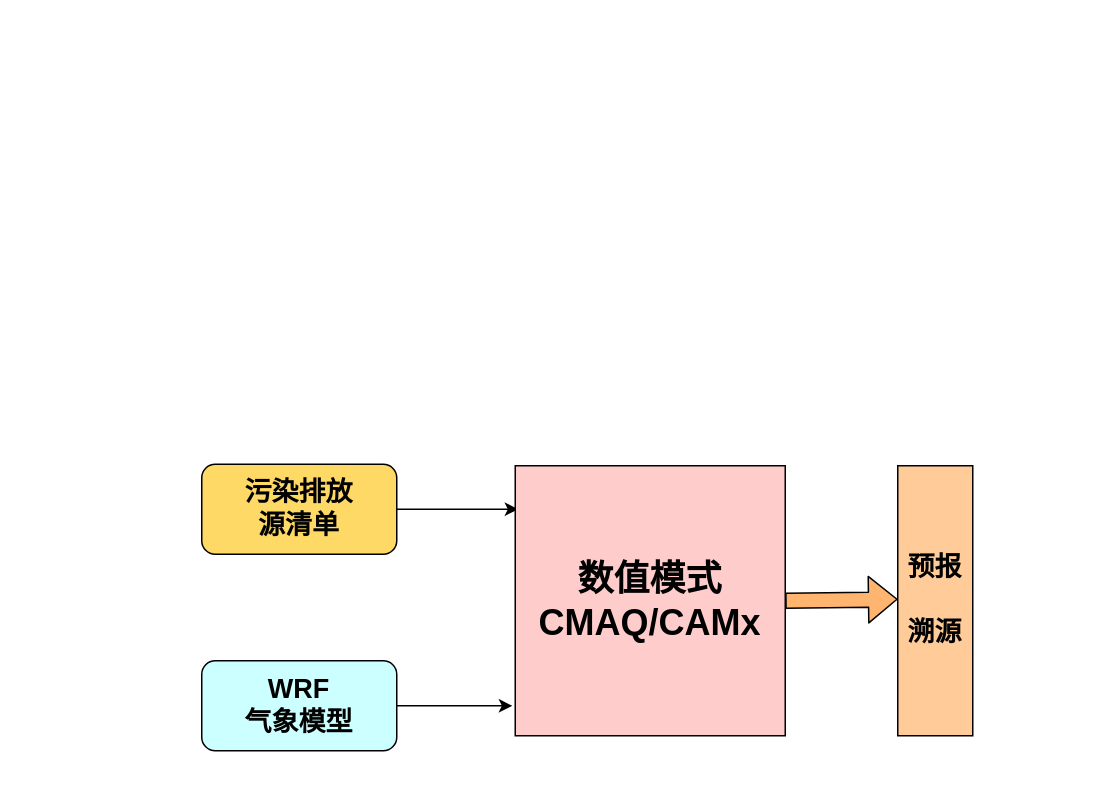
WienWong/Misc keeps this draw.io diagram as 源清单与数值模式.drawio. Above is the earlier version. Source tidied: cells renumbered, new cells numbered last; positions are measured from the earlier drawing's top-left corner, leaving out a move shared by most shapes. Both pictures are drawn from the tidied source at 150%, with x=0, y=0 at pixel (201, 464).
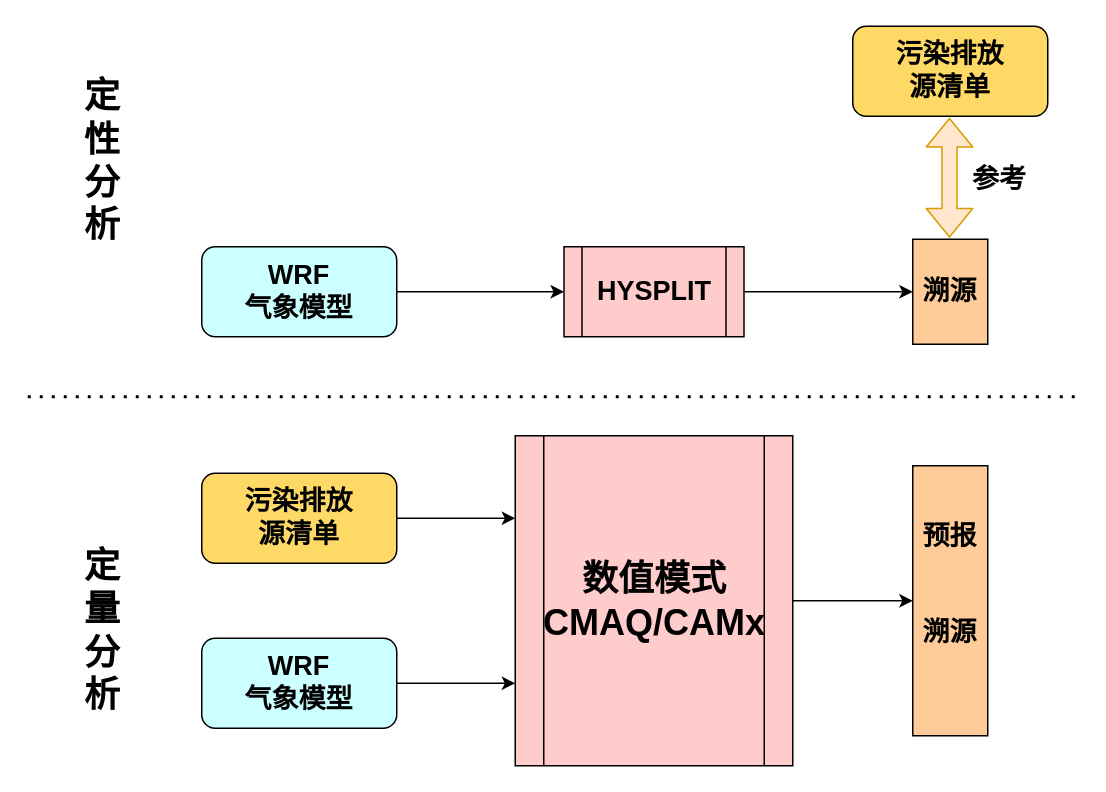
The same diagram, later.

Commit message:
Update 源清单与数值模式.drawio

What changed in the source:
```diff
@@
-    <mxCell id="2" style="edgeStyle=orthogonalEdgeStyle;rounded=0;jettySize=auto;html=1;exitX=1;exitY=0.5;exitDx=0;exitDy=0;entryX=0.011;entryY=0.161;entryDx=0;entryDy=0;entryPerimeter=0;" parent="1" edge="1" source="3" target="6">
+    <mxCell id="2" style="edgeStyle=orthogonalEdgeStyle;rounded=0;jettySize=auto;html=1;exitX=1;exitY=0.5;exitDx=0;exitDy=0;entryX=0;entryY=0.25;entryDx=0;entryDy=0;" parent="1" edge="1" source="3" target="6">
       <mxGeometry relative="1" as="geometry" />
     </mxCell>
     <mxCell id="3" value="&lt;font style=&quot;font-size: 18px&quot;&gt;&lt;b&gt;污染排放&lt;br&gt;源清单&lt;/b&gt;&lt;b&gt;&lt;br&gt;&lt;/b&gt;&lt;/font&gt;" style="rounded=1;whiteSpace=wrap;html=1;fillColor=#FFD966;" parent="1" vertex="1">
-      <mxGeometry width="130" height="60" as="geometry" />
+      <mxGeometry y="6" width="130" height="60" as="geometry" />
     </mxCell>
-    <mxCell id="4" style="edgeStyle=orthogonalEdgeStyle;rounded=0;jettySize=auto;html=1;exitX=1;exitY=0.5;exitDx=0;exitDy=0;entryX=-0.011;entryY=0.889;entryDx=0;entryDy=0;entryPerimeter=0;" parent="1" edge="1" source="5" target="6">
+    <mxCell id="4" style="edgeStyle=orthogonalEdgeStyle;rounded=0;jettySize=auto;html=1;exitX=1;exitY=0.5;exitDx=0;exitDy=0;entryX=0;entryY=0.75;entryDx=0;entryDy=0;" parent="1" edge="1" source="5" target="6">
       <mxGeometry relative="1" as="geometry" />
     </mxCell>
     <mxCell id="5" value="&lt;font style=&quot;font-size: 18px&quot;&gt;&lt;b&gt;WRF&lt;br&gt;&lt;/b&gt;&lt;b&gt;气象模型&lt;/b&gt;&lt;/font&gt;" style="rounded=1;whiteSpace=wrap;html=1;fillColor=#CCFFFF;" parent="1" vertex="1">
-      <mxGeometry y="131" width="130" height="60" as="geometry" />
+      <mxGeometry y="116" width="130" height="60" as="geometry" />
     </mxCell>
+    <mxCell id="7" value="&lt;span style=&quot;font-size: 18px&quot;&gt;&lt;b&gt;预报&lt;br&gt;&lt;br&gt;&lt;br&gt;&lt;/b&gt;&lt;/span&gt;&lt;font style=&quot;font-size: 18px&quot;&gt;&lt;b&gt;溯源&lt;br&gt;&lt;br&gt;&lt;/b&gt;&lt;/font&gt;" style="rounded=0;whiteSpace=wrap;html=1;fillColor=#FFCC99;" parent="1" vertex="1">
+      <mxGeometry x="474" y="1" width="50" height="180" as="geometry" />
+    </mxCell>
+    <mxCell id="9" style="edgeStyle=orthogonalEdgeStyle;rounded=0;jettySize=auto;html=1;exitX=1;exitY=0.5;exitDx=0;exitDy=0;" parent="1" edge="1" source="6" target="7">
+      <mxGeometry relative="1" as="geometry" />
+    </mxCell>
-    <mxCell id="6" value="&lt;font style=&quot;font-size: 24px&quot;&gt;&lt;b&gt;数值模式&lt;br&gt;CMAQ/CAMx&lt;/b&gt;&lt;/font&gt;" style="whiteSpace=wrap;html=1;fillColor=#FFCCCC;" parent="1" vertex="1">
-      <mxGeometry x="209" y="1" width="180" height="180" as="geometry" />
+    <mxCell id="6" value="&lt;b style=&quot;font-size: 24px&quot;&gt;数值模式&lt;br&gt;CMAQ/CAMx&lt;/b&gt;" style="shape=process;whiteSpace=wrap;html=1;backgroundOutline=1;fillColor=#FFCCCC;" parent="1" vertex="1">
+      <mxGeometry x="209" y="-19" width="185" height="220" as="geometry" />
     </mxCell>
-    <mxCell id="7" value="&lt;span style=&quot;font-size: 18px&quot;&gt;&lt;b&gt;预报&lt;br&gt;&lt;br&gt;&lt;/b&gt;&lt;/span&gt;&lt;font style=&quot;font-size: 18px&quot;&gt;&lt;b&gt;溯源&lt;/b&gt;&lt;/font&gt;" style="rounded=0;whiteSpace=wrap;html=1;fillColor=#FFCC99;" parent="1" vertex="1">
-      <mxGeometry x="464" y="1" width="50" height="180" as="geometry" />
-    </mxCell>
-    <mxCell id="8" style="shape=flexArrow;endArrow=classic;html=1;entryX=0;entryY=0.55;entryDx=0;entryDy=0;entryPerimeter=0;fillColor=#FFB570;" parent="1" edge="1">
-      <mxGeometry relative="1" as="geometry">
-        <mxPoint x="389" y="91" as="sourcePoint" />
-        <mxPoint x="464" y="90" as="targetPoint" />
-      </mxGeometry>
-    </mxCell>
+    <mxCell id="10" style="edgeStyle=orthogonalEdgeStyle;rounded=0;jettySize=auto;html=1;exitX=1;exitY=0.5;exitDx=0;exitDy=0;entryX=0;entryY=0.5;entryDx=0;entryDy=0;" parent="1" edge="1" source="11" target="14">
+      <mxGeometry relative="1" as="geometry" />
+    </mxCell>
+    <mxCell id="11" value="&lt;font style=&quot;font-size: 18px&quot;&gt;&lt;b&gt;HYSPLIT&lt;/b&gt;&lt;/font&gt;" style="shape=process;whiteSpace=wrap;html=1;backgroundOutline=1;fillColor=#FFCCCC;" parent="1" vertex="1">
+      <mxGeometry x="241.5" y="-145" width="120" height="60" as="geometry" />
+    </mxCell>
+    <mxCell id="12" value="&lt;font style=&quot;font-size: 18px&quot;&gt;&lt;b&gt;污染排放&lt;br&gt;源清单&lt;/b&gt;&lt;b&gt;&lt;br&gt;&lt;/b&gt;&lt;/font&gt;" style="rounded=1;whiteSpace=wrap;html=1;fillColor=#FFD966;" parent="1" vertex="1">
+      <mxGeometry x="434" y="-292" width="130" height="60" as="geometry" />
+    </mxCell>
+    <mxCell id="13" style="shape=flexArrow;endArrow=classic;startArrow=classic;html=1;fillColor=#ffe6cc;strokeColor=#d79b00;" parent="1" edge="1">
+      <mxGeometry relative="1" as="geometry">
+        <mxPoint x="498.5" y="-151" as="sourcePoint" />
+        <mxPoint x="498.5" y="-231" as="targetPoint" />
+      </mxGeometry>
+    </mxCell>
+    <mxCell id="14" value="&lt;font style=&quot;font-size: 18px&quot;&gt;&lt;b&gt;溯源&lt;br&gt;&lt;/b&gt;&lt;/font&gt;" style="rounded=0;whiteSpace=wrap;html=1;fillColor=#FFCC99;" parent="1" vertex="1">
+      <mxGeometry x="474" y="-150" width="50" height="70" as="geometry" />
+    </mxCell>
+    <mxCell id="15" value="&lt;font style=&quot;font-size: 18px&quot;&gt;&lt;b&gt;参考&lt;/b&gt;&lt;/font&gt;" style="text;html=1;strokeColor=none;fillColor=none;align=center;verticalAlign=middle;whiteSpace=wrap;rounded=0;" parent="1" vertex="1">
+      <mxGeometry x="512" y="-200" width="40" height="20" as="geometry" />
+    </mxCell>
+    <mxCell id="16" style="edgeStyle=orthogonalEdgeStyle;rounded=0;jettySize=auto;html=1;exitX=1;exitY=0.5;exitDx=0;exitDy=0;" parent="1" edge="1" source="17" target="11">
+      <mxGeometry relative="1" as="geometry" />
+    </mxCell>
+    <mxCell id="17" value="&lt;font style=&quot;font-size: 18px&quot;&gt;&lt;b&gt;WRF&lt;br&gt;&lt;/b&gt;&lt;b&gt;气象模型&lt;/b&gt;&lt;/font&gt;" style="rounded=1;whiteSpace=wrap;html=1;fillColor=#CCFFFF;" parent="1" vertex="1">
+      <mxGeometry y="-145" width="130" height="60" as="geometry" />
+    </mxCell>
+    <mxCell id="18" style="endArrow=none;dashed=1;html=1;dashPattern=1 3;strokeWidth=2;" parent="1" edge="1">
+      <mxGeometry relative="1" as="geometry">
+        <mxPoint x="-116" y="-45" as="sourcePoint" />
+        <mxPoint x="584" y="-45" as="targetPoint" />
+      </mxGeometry>
+    </mxCell>
+    <mxCell id="19" value="&lt;font style=&quot;font-size: 24px&quot;&gt;&lt;b&gt;定性分析&lt;/b&gt;&lt;/font&gt;" style="text;html=1;strokeColor=none;fillColor=none;align=center;verticalAlign=middle;whiteSpace=wrap;rounded=0;" parent="1" vertex="1">
+      <mxGeometry x="-86" y="-292" width="40" height="180" as="geometry" />
+    </mxCell>
+    <mxCell id="20" value="&lt;font style=&quot;font-size: 24px&quot;&gt;&lt;b&gt;定量分析&lt;/b&gt;&lt;/font&gt;" style="text;html=1;strokeColor=none;fillColor=none;align=center;verticalAlign=middle;whiteSpace=wrap;rounded=0;" parent="1" vertex="1">
+      <mxGeometry x="-86" y="21" width="40" height="180" as="geometry" />
+    </mxCell>
```
